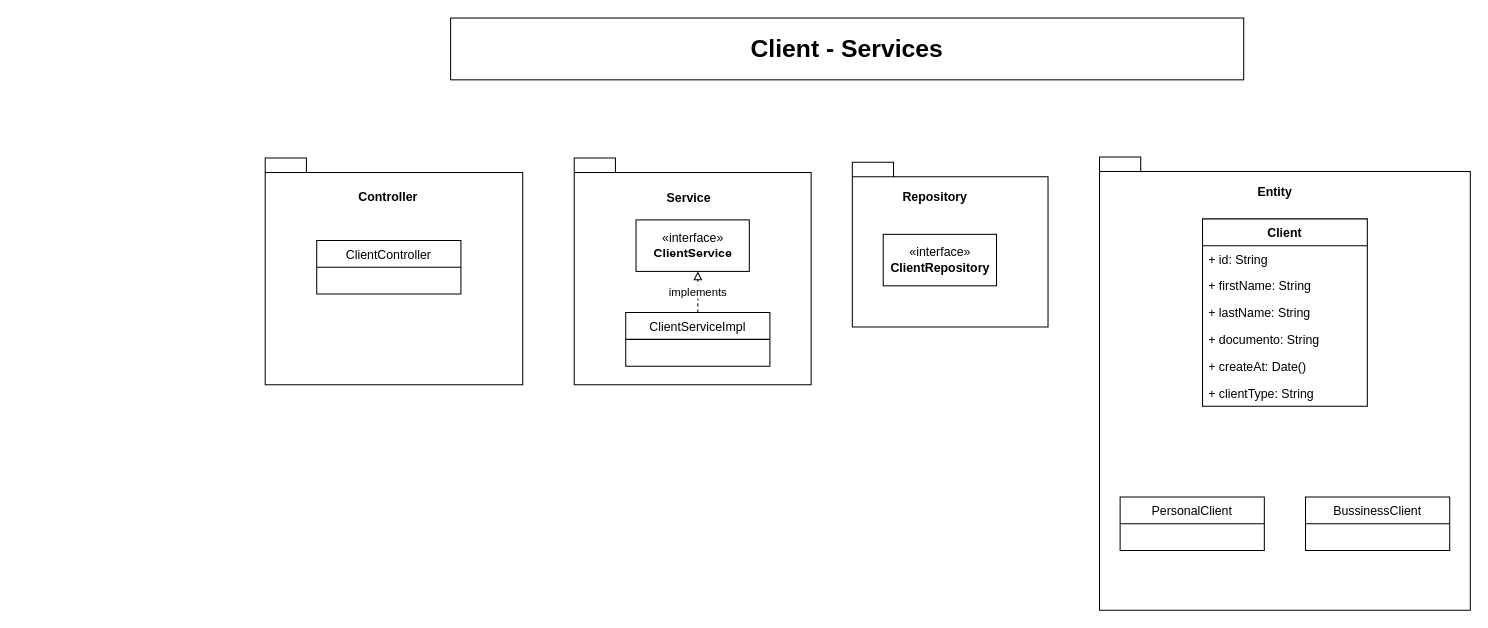
Before: page "Client-Service" (2 of 2) of Solution Diagram/Microservice Diagram.drawio in CleverSalvador/BootcampMicroservicesBank, a draw.io diagram. Source tidied: cells renumbered, new cells numbered last; positions are measured from the earlier drawing's top-left corner, leaving out a move shared by most shapes. Both pictures are drawn from the tidied source at 103%, with x=0, y=0 at pixel (265, 18).
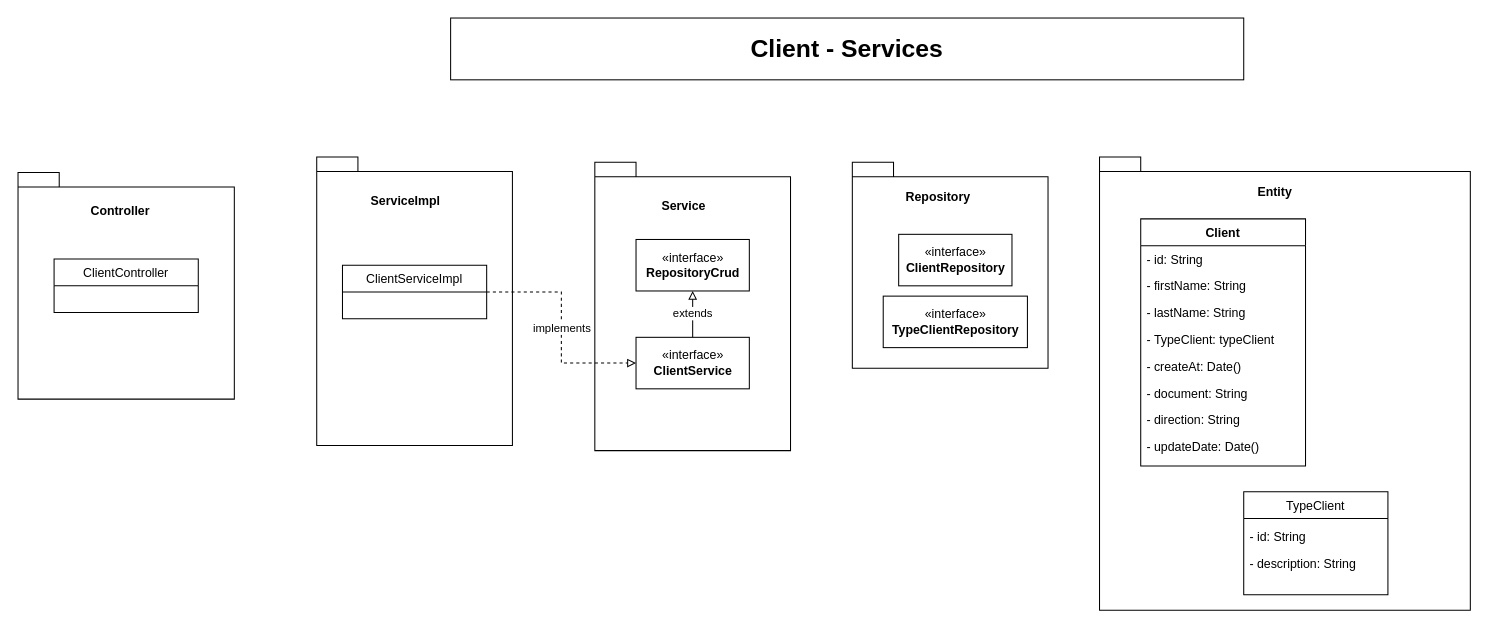
Above is the later version.

The edit, as a diff of the source:
```diff
@@
+    <mxCell id="21" value="ServiceImpl" style="shape=folder;fontStyle=1;spacingTop=10;tabWidth=40;tabHeight=14;tabPosition=left;html=1;rounded=0;shadow=0;strokeColor=default;fillColor=none;noLabel=0;movableLabel=1;" parent="1" vertex="1">
+      <mxGeometry x="50" y="135" width="190" height="280" as="geometry">
+        <mxPoint x="-9" y="-102" as="offset" />
+      </mxGeometry>
+    </mxCell>
-    <mxCell id="2" value="Service" style="shape=folder;fontStyle=1;spacingTop=10;tabWidth=40;tabHeight=14;tabPosition=left;html=1;rounded=0;shadow=0;strokeColor=default;fillColor=none;noLabel=0;movableLabel=0;" parent="1" vertex="1">
-      <mxGeometry x="300" y="136" width="230" height="220" as="geometry">
-        <mxPoint x="-4" y="-76" as="offset" />
+    <mxCell id="2" value="Service" style="shape=folder;fontStyle=1;spacingTop=10;tabWidth=40;tabHeight=14;tabPosition=left;html=1;rounded=0;shadow=0;strokeColor=default;fillColor=none;noLabel=0;movableLabel=1;" parent="1" vertex="1">
+      <mxGeometry x="320" y="140" width="190" height="280" as="geometry">
+        <mxPoint x="-9" y="-102" as="offset" />
       </mxGeometry>
     </mxCell>
@@
     <mxCell id="4" value="Controller" style="shape=folder;fontStyle=1;spacingTop=10;tabWidth=40;tabHeight=14;tabPosition=left;html=1;rounded=0;shadow=0;strokeColor=default;fillColor=none;noLabel=0;movableLabel=1;" parent="1" vertex="1">
-      <mxGeometry y="136" width="250" height="220" as="geometry">
+      <mxGeometry x="-240" y="150" width="210" height="220" as="geometry">
         <mxPoint x="-6" y="-77" as="offset" />
       </mxGeometry>
     </mxCell>
     <mxCell id="5" value="Repository" style="shape=folder;fontStyle=1;spacingTop=10;tabWidth=40;tabHeight=14;tabPosition=left;html=1;rounded=0;shadow=0;strokeColor=default;fillColor=none;noLabel=0;movableLabel=1;" parent="1" vertex="1">
-      <mxGeometry x="570" y="140" width="190" height="160" as="geometry">
-        <mxPoint x="-15" y="-51" as="offset" />
+      <mxGeometry x="570" y="140" width="190" height="200" as="geometry">
+        <mxPoint x="-12" y="-71" as="offset" />
       </mxGeometry>
     </mxCell>
     <mxCell id="6" value="ClientController" style="swimlane;fontStyle=0;horizontal=1;startSize=26;fillColor=none;rounded=0;shadow=0;strokeColor=default;" parent="1" vertex="1">
-      <mxGeometry x="50" y="216" width="140" height="52" as="geometry" />
+      <mxGeometry x="-205" y="234" width="140" height="52" as="geometry" />
     </mxCell>
+    <mxCell id="22" value="extends" style="edgeStyle=orthogonalEdgeStyle;rounded=0;jettySize=auto;html=1;entryX=0.5;entryY=1;entryDx=0;entryDy=0;endArrow=block;endFill=0;" parent="1" edge="1" source="7" target="29">
+      <mxGeometry relative="1" as="geometry" />
+    </mxCell>
     <mxCell id="7" value="«interface»&lt;br&gt;&lt;b&gt;ClientService&lt;/b&gt;" style="html=1;rounded=0;shadow=0;strokeColor=default;fillColor=none;" parent="1" vertex="1">
-      <mxGeometry x="360" y="196" width="110" height="50" as="geometry" />
+      <mxGeometry x="360" y="310" width="110" height="50" as="geometry" />
     </mxCell>
-    <mxCell id="8" value="implements" style="edgeStyle=none;rounded=0;jettySize=auto;html=1;endArrow=block;endFill=0;dashed=1;" parent="1" edge="1" source="9">
-      <mxGeometry relative="1" as="geometry">
-        <mxPoint x="420" y="246" as="targetPoint" />
-        <Array as="points">
-          <mxPoint x="420" y="266" />
-        </Array>
-      </mxGeometry>
+    <mxCell id="8" value="implements" style="edgeStyle=orthogonalEdgeStyle;rounded=0;jettySize=auto;html=1;entryX=0;entryY=0.5;entryDx=0;entryDy=0;endArrow=block;endFill=0;dashed=1;" parent="1" edge="1" source="9" target="7">
+      <mxGeometry relative="1" as="geometry" />
     </mxCell>
     <mxCell id="9" value="ClientServiceImpl" style="swimlane;fontStyle=0;horizontal=1;startSize=26;fillColor=none;rounded=0;shadow=0;strokeColor=default;" parent="1" vertex="1">
-      <mxGeometry x="350" y="286" width="140" height="52" as="geometry" />
+      <mxGeometry x="75" y="240" width="140" height="52" as="geometry" />
     </mxCell>
     <mxCell id="10" value="«interface»&lt;br&gt;&lt;b&gt;ClientRepository&lt;/b&gt;" style="html=1;rounded=0;shadow=0;strokeColor=default;fillColor=none;" parent="1" vertex="1">
-      <mxGeometry x="600" y="210" width="110" height="50" as="geometry" />
+      <mxGeometry x="615" y="210" width="110" height="50" as="geometry" />
     </mxCell>
     <mxCell id="11" value="Client" style="swimlane;fontStyle=1;align=center;verticalAlign=top;horizontal=1;startSize=26;rounded=0;shadow=0;strokeColor=default;fillColor=none;" parent="1" vertex="1">
-      <mxGeometry x="910" y="195" width="160" height="182" as="geometry" />
+      <mxGeometry x="850" y="195" width="160" height="240" as="geometry" />
     </mxCell>
-    <mxCell id="12" value="+ id: String" style="text;strokeColor=none;fillColor=none;align=left;verticalAlign=top;spacingLeft=4;spacingRight=4;overflow=hidden;rounded=0;shadow=0;" parent="11" vertex="1">
+    <mxCell id="12" value="- id: String" style="text;strokeColor=none;fillColor=none;align=left;verticalAlign=top;spacingLeft=4;spacingRight=4;overflow=hidden;rounded=0;shadow=0;" parent="11" vertex="1">
       <mxGeometry y="26" width="160" height="26" as="geometry" />
     </mxCell>
-    <mxCell id="13" value="+ firstName: String" style="text;strokeColor=none;fillColor=none;align=left;verticalAlign=top;spacingLeft=4;spacingRight=4;overflow=hidden;rounded=0;shadow=0;" parent="11" vertex="1">
+    <mxCell id="13" value="- firstName: String" style="text;strokeColor=none;fillColor=none;align=left;verticalAlign=top;spacingLeft=4;spacingRight=4;overflow=hidden;rounded=0;shadow=0;" parent="11" vertex="1">
       <mxGeometry y="52" width="160" height="26" as="geometry" />
     </mxCell>
-    <mxCell id="14" value="+ lastName: String" style="text;strokeColor=none;fillColor=none;align=left;verticalAlign=top;spacingLeft=4;spacingRight=4;overflow=hidden;rounded=0;shadow=0;" parent="11" vertex="1">
+    <mxCell id="14" value="- lastName: String" style="text;strokeColor=none;fillColor=none;align=left;verticalAlign=top;spacingLeft=4;spacingRight=4;overflow=hidden;rounded=0;shadow=0;" parent="11" vertex="1">
       <mxGeometry y="78" width="160" height="26" as="geometry" />
     </mxCell>
-    <mxCell id="15" value="+ documento: String" style="text;strokeColor=none;fillColor=none;align=left;verticalAlign=top;spacingLeft=4;spacingRight=4;overflow=hidden;rounded=0;shadow=0;" parent="11" vertex="1">
+    <mxCell id="15" value="- TypeClient: typeClient" style="text;strokeColor=none;fillColor=none;align=left;verticalAlign=top;spacingLeft=4;spacingRight=4;overflow=hidden;rounded=0;shadow=0;" parent="11" vertex="1">
       <mxGeometry y="104" width="160" height="26" as="geometry" />
     </mxCell>
-    <mxCell id="16" value="+ createAt: Date()" style="text;strokeColor=none;fillColor=none;align=left;verticalAlign=top;spacingLeft=4;spacingRight=4;overflow=hidden;rounded=0;shadow=0;" parent="11" vertex="1">
+    <mxCell id="16" value="- createAt: Date()" style="text;strokeColor=none;fillColor=none;align=left;verticalAlign=top;spacingLeft=4;spacingRight=4;overflow=hidden;rounded=0;shadow=0;" parent="11" vertex="1">
       <mxGeometry y="130" width="160" height="26" as="geometry" />
     </mxCell>
+    <mxCell id="23" value="- document: String" style="text;strokeColor=none;fillColor=none;align=left;verticalAlign=top;spacingLeft=4;spacingRight=4;overflow=hidden;rounded=0;shadow=0;" parent="11" vertex="1">
+      <mxGeometry y="156" width="160" height="26" as="geometry" />
+    </mxCell>
+    <mxCell id="24" value="- direction: String" style="text;strokeColor=none;fillColor=none;align=left;verticalAlign=top;spacingLeft=4;spacingRight=4;overflow=hidden;rounded=0;shadow=0;" parent="11" vertex="1">
+      <mxGeometry y="182" width="160" height="26" as="geometry" />
+    </mxCell>
-    <mxCell id="17" value="+ clientType: String" style="text;strokeColor=none;fillColor=none;align=left;verticalAlign=top;spacingLeft=4;spacingRight=4;overflow=hidden;rounded=0;shadow=0;" parent="11" vertex="1">
-      <mxGeometry y="156" width="160" height="26" as="geometry" />
+    <mxCell id="17" value="- updateDate: Date()" style="text;strokeColor=none;fillColor=none;align=left;verticalAlign=top;spacingLeft=4;spacingRight=4;overflow=hidden;rounded=0;shadow=0;" parent="11" vertex="1">
+      <mxGeometry y="208" width="160" height="32" as="geometry" />
     </mxCell>
-    <mxCell id="18" value="PersonalClient" style="swimlane;fontStyle=0;horizontal=1;startSize=26;fillColor=none;rounded=0;shadow=0;strokeColor=default;" parent="1" vertex="1">
-      <mxGeometry x="830" y="465" width="140" height="52" as="geometry" />
+    <mxCell id="18" value="TypeClient" style="swimlane;fontStyle=0;horizontal=1;startSize=26;fillColor=none;rounded=0;shadow=0;strokeColor=default;" parent="1" vertex="1">
+      <mxGeometry x="950" y="460" width="140" height="100" as="geometry" />
     </mxCell>
-    <mxCell id="19" value="BussinessClient" style="swimlane;fontStyle=0;horizontal=1;startSize=26;fillColor=none;rounded=0;shadow=0;strokeColor=default;" parent="1" vertex="1">
-      <mxGeometry x="1010" y="465" width="140" height="52" as="geometry" />
-    </mxCell>
@@
+    <mxCell id="25" value="- id: String" style="text;strokeColor=none;fillColor=none;align=left;verticalAlign=top;spacingLeft=4;spacingRight=4;overflow=hidden;rounded=0;shadow=0;" parent="1" vertex="1">
+      <mxGeometry x="950" y="490" width="160" height="26" as="geometry" />
+    </mxCell>
+    <mxCell id="26" value="- description: String" style="text;strokeColor=none;fillColor=none;align=left;verticalAlign=top;spacingLeft=4;spacingRight=4;overflow=hidden;rounded=0;shadow=0;" parent="1" vertex="1">
+      <mxGeometry x="950" y="516" width="160" height="26" as="geometry" />
+    </mxCell>
+    <mxCell id="27" value="«interface»&lt;br&gt;&lt;b&gt;TypeClientRepository&lt;/b&gt;" style="html=1;rounded=0;shadow=0;strokeColor=default;fillColor=none;" parent="1" vertex="1">
+      <mxGeometry x="600" y="270" width="140" height="50" as="geometry" />
+    </mxCell>
+    <mxCell id="28" style="edgeStyle=orthogonalEdgeStyle;rounded=0;orthogonalLoop=1;jettySize=auto;html=1;exitX=0.5;exitY=1;exitDx=0;exitDy=0;exitPerimeter=0;" parent="1" edge="1">
+      <mxGeometry relative="1" as="geometry">
+        <mxPoint x="405" y="449" as="sourcePoint" />
+        <mxPoint x="405" y="449" as="targetPoint" />
+      </mxGeometry>
+    </mxCell>
+    <mxCell id="29" value="«interface»&lt;br&gt;&lt;b&gt;RepositoryCrud&lt;/b&gt;" style="html=1;" parent="1" vertex="1">
+      <mxGeometry x="360" y="215" width="110" height="50" as="geometry" />
+    </mxCell>
```
